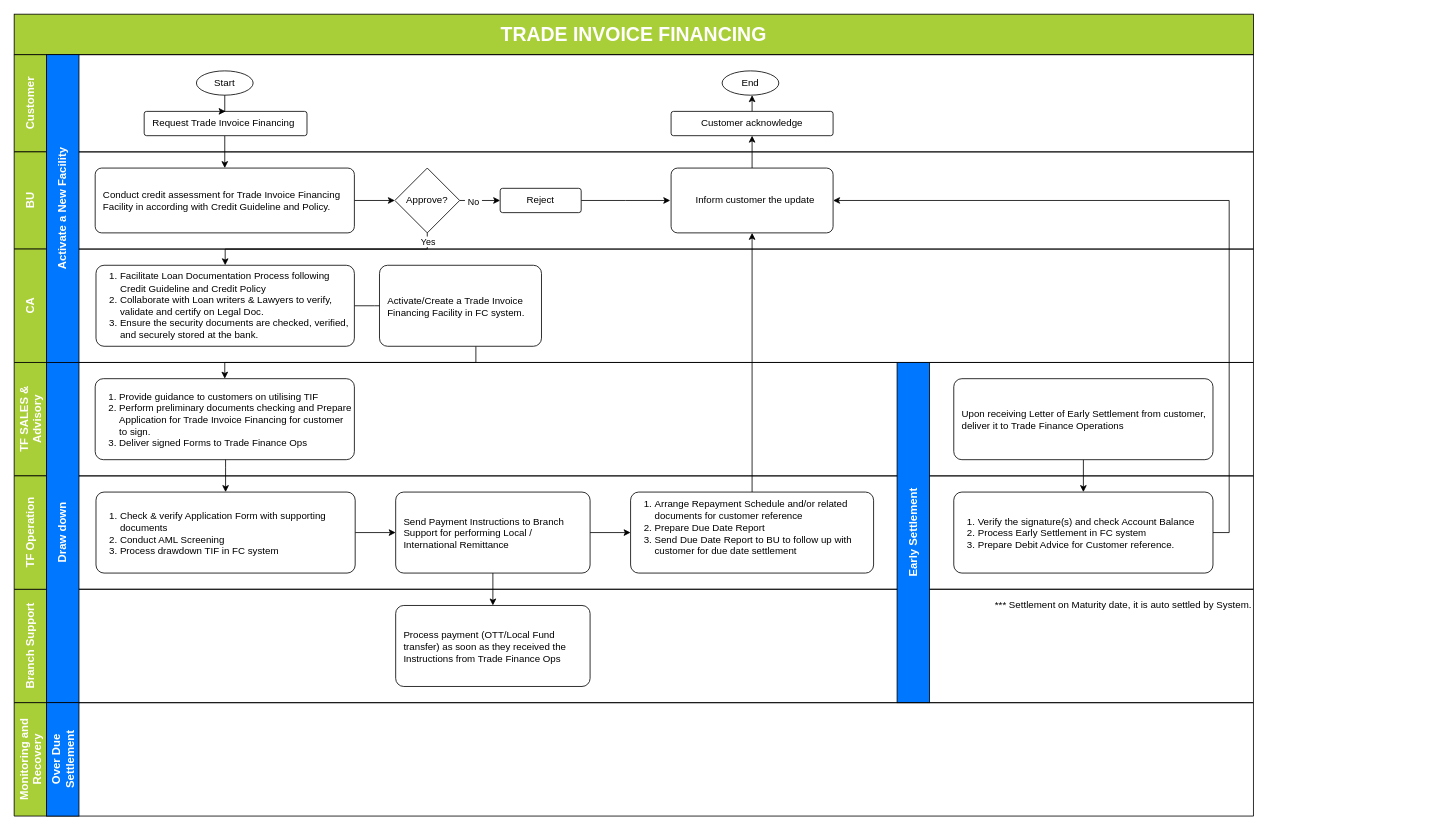
Above: Trade Invoice Financing.drawio in kirikroem/brainleader (draw.io), before the change. Source tidied: cells renumbered, new cells numbered last; positions are measured from the earlier drawing's top-left corner, leaving out a move shared by most shapes. Both pictures are drawn from the tidied source at 81%, with x=0, y=0 at pixel (-108, 14).
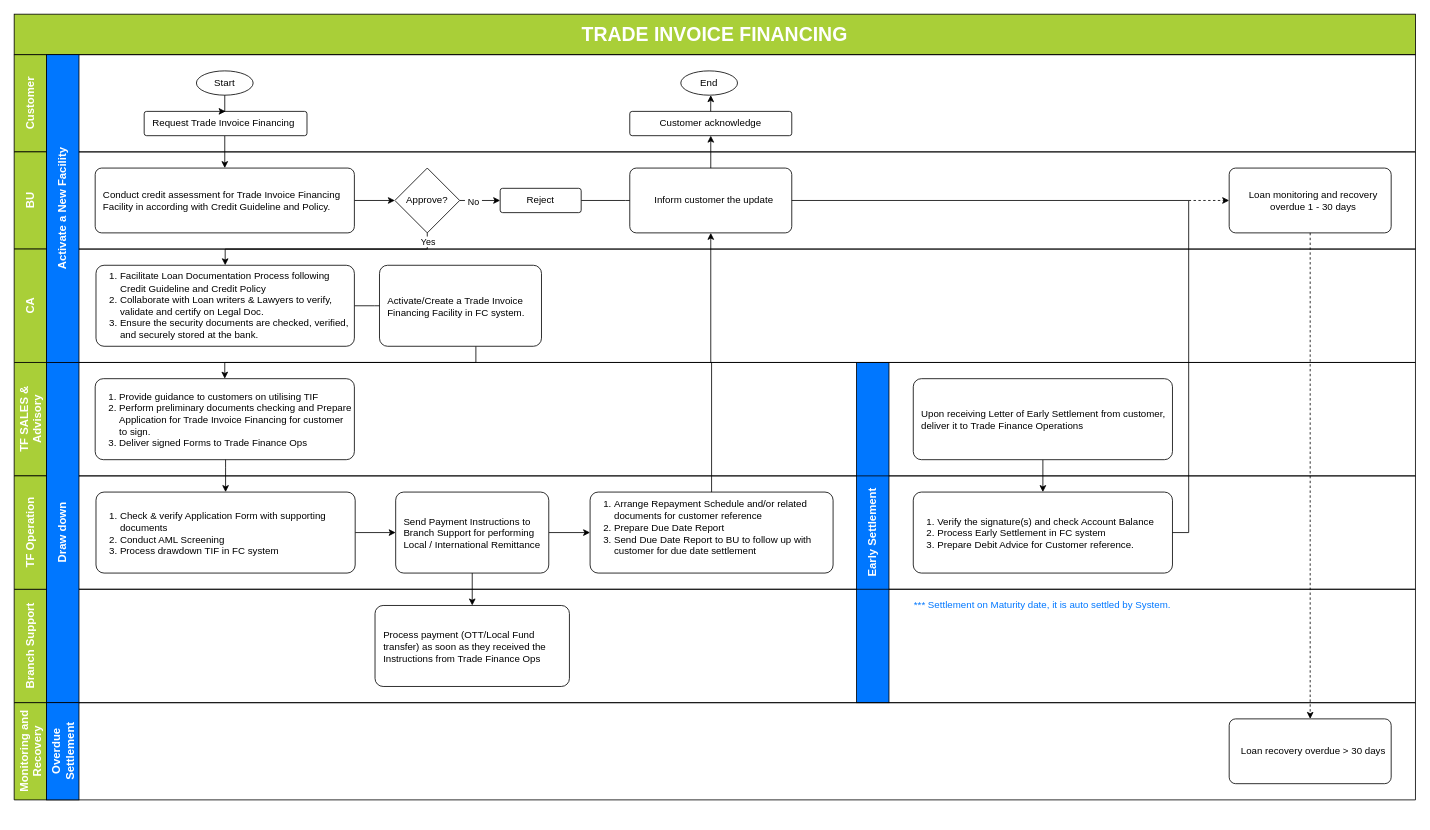
The same page after the edit.

The edit, as a diff of the source:
```diff
@@
     <mxCell id="2" value="&lt;span style=&quot;font-size: 14px;&quot;&gt;TF SALES &amp;amp; Advisory&lt;/span&gt;" style="swimlane;horizontal=0;whiteSpace=wrap;html=1;startSize=40;fillColor=#A9CF38;fontColor=#FFFFFF;" parent="1" vertex="1">
-      <mxGeometry x="150" y="430" width="1530" height="140" as="geometry" />
+      <mxGeometry x="150" y="430" width="1730" height="140" as="geometry" />
     </mxCell>
     <mxCell id="3" value="&lt;span style=&quot;font-size: 14px;&quot;&gt;Branch Support&lt;/span&gt;" style="swimlane;horizontal=0;whiteSpace=wrap;html=1;startSize=40;fillColor=#A9CF38;fontColor=#FFFFFF;" parent="1" vertex="1">
-      <mxGeometry x="150" y="710" width="1530" height="140" as="geometry" />
+      <mxGeometry x="150" y="710" width="1730" height="140" as="geometry" />
     </mxCell>
-    <mxCell id="4" value="*** Settlement on Maturity date, it is auto settled by System." style="text;html=1;align=right;verticalAlign=middle;whiteSpace=wrap;rounded=0;" parent="3" vertex="1">
-      <mxGeometry x="1180" width="350" height="40" as="geometry" />
+    <mxCell id="4" value="*** Settlement on Maturity date, it is auto settled by System." style="text;html=1;align=right;verticalAlign=middle;whiteSpace=wrap;rounded=0;fontColor=#0077FF;" parent="3" vertex="1">
+      <mxGeometry x="1080" width="350" height="40" as="geometry" />
     </mxCell>
+    <mxCell id="23" value="Process payment (OTT/Local Fund transfer) as soon as they received the Instructions from Trade Finance Ops" style="rounded=1;whiteSpace=wrap;html=1;align=left;arcSize=10;strokeOpacity=100;imageHeight=24;imageAspect=1;spacingTop=1;spacingLeft=8;spacingRight=4;" parent="3" vertex="1">
+      <mxGeometry x="445.5" y="20" width="240" height="100" as="geometry" />
+    </mxCell>
+    <mxCell id="44" value="&lt;span style=&quot;font-size: 14px; font-weight: 700;&quot;&gt;Early Settlement&lt;/span&gt;" style="rounded=0;whiteSpace=wrap;html=1;rotation=-90;fillColor=#0077FF;fontColor=#FFFFFF;" parent="3" vertex="1">
+      <mxGeometry x="850" y="-90" width="420" height="40" as="geometry" />
+    </mxCell>
     <mxCell id="5" value="&lt;span style=&quot;font-size: 14px;&quot;&gt;TF Operation&lt;/span&gt;" style="swimlane;horizontal=0;whiteSpace=wrap;html=1;startSize=40;fillColor=#A9CF38;fontColor=#FFFFFF;" parent="1" vertex="1">
-      <mxGeometry x="150" y="570" width="1530" height="140" as="geometry" />
+      <mxGeometry x="150" y="570" width="1730" height="140" as="geometry" />
     </mxCell>
+    <mxCell id="25" value="&lt;div&gt;&lt;ol&gt;&lt;li&gt;Arrange Repayment Schedule and/or related documents for customer reference&lt;/li&gt;&lt;li&gt;Prepare Due Date Report&amp;nbsp;&lt;/li&gt;&lt;li&gt;Send Due Date Report to BU to follow up with customer for due date settlement&lt;/li&gt;&lt;/ol&gt;&lt;/div&gt;&lt;div&gt;&lt;br&gt;&lt;/div&gt;" style="rounded=1;whiteSpace=wrap;html=1;align=left;arcSize=10;strokeOpacity=100;imageHeight=24;imageAspect=1;spacingTop=1;spacingLeft=-12;spacingRight=4;" parent="5" vertex="1">
+      <mxGeometry x="711" y="20" width="300" height="100" as="geometry" />
+    </mxCell>
+    <mxCell id="45" style="edgeStyle=orthogonalEdgeStyle;rounded=0;jettySize=auto;html=1;" parent="5" edge="1" source="46" target="48">
+      <mxGeometry relative="1" as="geometry" />
+    </mxCell>
+    <mxCell id="46" value="&lt;span style=&quot;background-color: transparent; color: light-dark(rgb(0, 0, 0), rgb(255, 255, 255));&quot;&gt;Upon receiving Letter of Early Settlement from customer, deliver it to Trade Finance Operations&lt;/span&gt;" style="rounded=1;whiteSpace=wrap;html=1;align=left;arcSize=10;strokeOpacity=100;imageHeight=24;imageAspect=1;spacingTop=1;spacingLeft=8;" parent="5" vertex="1">
+      <mxGeometry x="1110" y="-120" width="320" height="100" as="geometry" />
+    </mxCell>
+    <mxCell id="48" value="&lt;ol&gt;&lt;li&gt;&lt;span style=&quot;background-color: transparent; color: light-dark(rgb(0, 0, 0), rgb(255, 255, 255));&quot;&gt;Verify the signature(s) and check Account Balance&lt;/span&gt;&lt;/li&gt;&lt;li&gt;&lt;span style=&quot;background-color: transparent; color: light-dark(rgb(0, 0, 0), rgb(255, 255, 255));&quot;&gt;Process Early Settlement in FC system&lt;/span&gt;&lt;/li&gt;&lt;li&gt;&lt;span style=&quot;background-color: transparent; color: light-dark(rgb(0, 0, 0), rgb(255, 255, 255));&quot;&gt;Prepare Debit Advice for Customer reference.&lt;/span&gt;&lt;/li&gt;&lt;/ol&gt;" style="rounded=1;whiteSpace=wrap;html=1;align=left;arcSize=10;strokeOpacity=100;imageHeight=24;imageAspect=1;spacingTop=1;spacingLeft=-12;" parent="5" vertex="1">
+      <mxGeometry x="1110" y="20" width="320" height="100" as="geometry" />
+    </mxCell>
+    <mxCell id="47" style="edgeStyle=orthogonalEdgeStyle;rounded=0;jettySize=auto;html=1;entryX=1;entryY=0.5;entryDx=0;entryDy=0;" parent="5" edge="1" source="48">
+      <mxGeometry relative="1" as="geometry">
+        <mxPoint x="910" y="-340" as="targetPoint" />
+        <Array as="points">
+          <mxPoint x="1450" y="70" />
+          <mxPoint x="1450" y="-340" />
+        </Array>
+      </mxGeometry>
+    </mxCell>
     <mxCell id="6" value="&lt;font style=&quot;font-size: 24px;&quot;&gt;TRADE INVOICE FINANCING&lt;/font&gt;" style="text;html=1;align=center;verticalAlign=middle;whiteSpace=wrap;rounded=0;fontStyle=1;fontSize=18;fillColor=#A9CF38;strokeColor=#000000;fontColor=#FFFFFF;" parent="1" vertex="1">
-      <mxGeometry x="150" width="1530" height="50" as="geometry" />
+      <mxGeometry x="150" width="1730" height="50" as="geometry" />
     </mxCell>
@@
     <mxCell id="21" value="&lt;span style=&quot;background-color: transparent; color: light-dark(rgb(0, 0, 0), rgb(255, 255, 255));&quot;&gt;Send Payment Instructions to Branch Support for performing Local / International Remittance&lt;/span&gt;" style="rounded=1;whiteSpace=wrap;html=1;align=left;arcSize=10;strokeOpacity=100;imageHeight=24;imageAspect=1;spacingTop=1;spacingLeft=8;spacingRight=4;" parent="1" vertex="1">
-      <mxGeometry x="621" y="590" width="240" height="100" as="geometry" />
+      <mxGeometry x="621" y="590" width="189" height="100" as="geometry" />
     </mxCell>
@@
-    <mxCell id="23" value="Process payment (OTT/Local Fund transfer) as soon as they received the Instructions from Trade Finance Ops" style="rounded=1;whiteSpace=wrap;html=1;align=left;arcSize=10;strokeOpacity=100;imageHeight=24;imageAspect=1;spacingTop=1;spacingLeft=8;spacingRight=4;" parent="1" vertex="1">
-      <mxGeometry x="621" y="730" width="240" height="100" as="geometry" />
-    </mxCell>
@@
-    <mxCell id="25" value="&lt;div&gt;&lt;ol&gt;&lt;li&gt;Arrange Repayment Schedule and/or related documents for customer reference&lt;/li&gt;&lt;li&gt;Prepare Due Date Report&amp;nbsp;&lt;/li&gt;&lt;li&gt;Send Due Date Report to BU to follow up with customer for due date settlement&lt;/li&gt;&lt;/ol&gt;&lt;/div&gt;&lt;div&gt;&lt;br&gt;&lt;/div&gt;" style="rounded=1;whiteSpace=wrap;html=1;align=left;arcSize=10;strokeOpacity=100;imageHeight=24;imageAspect=1;spacingTop=1;spacingLeft=-12;spacingRight=4;" parent="1" vertex="1">
-      <mxGeometry x="911" y="590" width="300" height="100" as="geometry" />
-    </mxCell>
-    <mxCell id="26" style="edgeStyle=orthogonalEdgeStyle;rounded=0;jettySize=auto;html=1;entryX=0.5;entryY=1;entryDx=0;entryDy=0;" parent="1" edge="1" source="27" target="29">
-      <mxGeometry relative="1" as="geometry" />
-    </mxCell>
-    <mxCell id="27" value="Inform customer the update" style="rounded=1;whiteSpace=wrap;html=1;arcSize=10;spacingTop=0;imageWidth=24;spacingBottom=0;spacingLeft=8;align=center;" parent="1" vertex="1">
-      <mxGeometry x="961" y="190" width="200" height="80" as="geometry" />
-    </mxCell>
-    <mxCell id="28" style="edgeStyle=orthogonalEdgeStyle;rounded=0;jettySize=auto;html=1;" parent="1" edge="1" source="29">
-      <mxGeometry relative="1" as="geometry">
-        <mxPoint x="1061" y="100" as="targetPoint" />
-      </mxGeometry>
-    </mxCell>
-    <mxCell id="29" value="Customer acknowledge" style="rounded=1;whiteSpace=wrap;html=1;arcSize=10;" parent="1" vertex="1">
-      <mxGeometry x="961" y="120" width="200" height="30" as="geometry" />
-    </mxCell>
-    <mxCell id="30" value="End" style="ellipse;whiteSpace=wrap;html=1;" parent="1" vertex="1">
-      <mxGeometry x="1024" y="70" width="70" height="30" as="geometry" />
-    </mxCell>
     <mxCell id="31" value="&lt;span style=&quot;font-size: 14px;&quot;&gt;Customer&lt;/span&gt;" style="swimlane;horizontal=0;whiteSpace=wrap;html=1;startSize=40;fillColor=#A9CF38;fontColor=#FFFFFF;" parent="1" vertex="1">
-      <mxGeometry x="150" y="50" width="1530" height="120" as="geometry" />
+      <mxGeometry x="150" y="50" width="1730" height="120" as="geometry" />
     </mxCell>
@@
+    <mxCell id="27" value="Inform customer the update" style="rounded=1;whiteSpace=wrap;html=1;arcSize=10;spacingTop=0;imageWidth=24;spacingBottom=0;spacingLeft=8;align=center;" parent="31" vertex="1">
+      <mxGeometry x="760" y="140" width="200" height="80" as="geometry" />
+    </mxCell>
+    <mxCell id="29" value="Customer acknowledge" style="rounded=1;whiteSpace=wrap;html=1;arcSize=10;" parent="31" vertex="1">
+      <mxGeometry x="760" y="70" width="200" height="30" as="geometry" />
+    </mxCell>
+    <mxCell id="30" value="End" style="ellipse;whiteSpace=wrap;html=1;" parent="31" vertex="1">
+      <mxGeometry x="823" y="20" width="70" height="30" as="geometry" />
+    </mxCell>
+    <mxCell id="26" style="edgeStyle=orthogonalEdgeStyle;rounded=0;jettySize=auto;html=1;entryX=0.5;entryY=1;entryDx=0;entryDy=0;" parent="31" edge="1" source="27" target="29">
+      <mxGeometry relative="1" as="geometry" />
+    </mxCell>
+    <mxCell id="51" style="edgeStyle=orthogonalEdgeStyle;rounded=0;orthogonalLoop=1;jettySize=auto;html=1;entryX=0.529;entryY=1;entryDx=0;entryDy=0;entryPerimeter=0;" parent="31" edge="1">
+      <mxGeometry relative="1" as="geometry">
+        <mxPoint x="859.9" y="70" as="sourcePoint" />
+        <mxPoint x="860" y="50" as="targetPoint" />
+      </mxGeometry>
+    </mxCell>
     <mxCell id="35" value="&lt;span style=&quot;font-size: 14px;&quot;&gt;BU&lt;/span&gt;" style="swimlane;horizontal=0;whiteSpace=wrap;html=1;startSize=40;fillColor=#A9CF38;fontColor=#FFFFFF;" parent="1" vertex="1">
-      <mxGeometry x="150" y="170" width="1530" height="120" as="geometry" />
+      <mxGeometry x="150" y="170" width="1730" height="120" as="geometry" />
     </mxCell>
@@
+    <mxCell id="52" value="Loan monitoring and recovery overdue 1 - 30 days" style="rounded=1;whiteSpace=wrap;html=1;arcSize=10;spacingTop=0;imageWidth=24;spacingBottom=0;spacingLeft=8;align=center;" parent="35" vertex="1">
+      <mxGeometry x="1500" y="20" width="200" height="80" as="geometry" />
+    </mxCell>
     <mxCell id="40" value="&lt;span style=&quot;font-size: 14px;&quot;&gt;CA&lt;/span&gt;" style="swimlane;horizontal=0;whiteSpace=wrap;html=1;startSize=40;fillColor=#A9CF38;fontColor=#FFFFFF;" parent="1" vertex="1">
-      <mxGeometry x="150" y="290" width="1530" height="140" as="geometry" />
+      <mxGeometry x="150" y="290" width="1730" height="140" as="geometry" />
     </mxCell>
@@
-    <mxCell id="44" value="&lt;span style=&quot;font-size: 14px; font-weight: 700;&quot;&gt;Early Settlement&lt;/span&gt;" style="rounded=0;whiteSpace=wrap;html=1;rotation=-90;fillColor=#0077FF;fontColor=#FFFFFF;" parent="1" vertex="1">
-      <mxGeometry x="1050" y="620" width="420" height="40" as="geometry" />
-    </mxCell>
-    <mxCell id="45" style="edgeStyle=orthogonalEdgeStyle;rounded=0;jettySize=auto;html=1;" parent="1" edge="1" source="46" target="48">
-      <mxGeometry relative="1" as="geometry" />
-    </mxCell>
-    <mxCell id="46" value="&lt;span style=&quot;background-color: transparent; color: light-dark(rgb(0, 0, 0), rgb(255, 255, 255));&quot;&gt;Upon receiving Letter of Early Settlement from customer, deliver it to Trade Finance Operations&lt;/span&gt;" style="rounded=1;whiteSpace=wrap;html=1;align=left;arcSize=10;strokeOpacity=100;imageHeight=24;imageAspect=1;spacingTop=1;spacingLeft=8;" parent="1" vertex="1">
-      <mxGeometry x="1310" y="450" width="320" height="100" as="geometry" />
-    </mxCell>
-    <mxCell id="47" style="edgeStyle=orthogonalEdgeStyle;rounded=0;jettySize=auto;html=1;entryX=1;entryY=0.5;entryDx=0;entryDy=0;" parent="1" edge="1" source="48" target="27">
-      <mxGeometry relative="1" as="geometry">
-        <Array as="points">
-          <mxPoint x="1650" y="640" />
-          <mxPoint x="1650" y="230" />
-        </Array>
-      </mxGeometry>
-    </mxCell>
-    <mxCell id="48" value="&lt;ol&gt;&lt;li&gt;&lt;span style=&quot;background-color: transparent; color: light-dark(rgb(0, 0, 0), rgb(255, 255, 255));&quot;&gt;Verify the signature(s) and check Account Balance&lt;/span&gt;&lt;/li&gt;&lt;li&gt;&lt;span style=&quot;background-color: transparent; color: light-dark(rgb(0, 0, 0), rgb(255, 255, 255));&quot;&gt;Process Early Settlement in FC system&lt;/span&gt;&lt;/li&gt;&lt;li&gt;&lt;span style=&quot;background-color: transparent; color: light-dark(rgb(0, 0, 0), rgb(255, 255, 255));&quot;&gt;Prepare Debit Advice for Customer reference.&lt;/span&gt;&lt;/li&gt;&lt;/ol&gt;" style="rounded=1;whiteSpace=wrap;html=1;align=left;arcSize=10;strokeOpacity=100;imageHeight=24;imageAspect=1;spacingTop=1;spacingLeft=-12;" parent="1" vertex="1">
-      <mxGeometry x="1310" y="590" width="320" height="100" as="geometry" />
-    </mxCell>
     <mxCell id="49" value="&lt;span style=&quot;font-size: 14px;&quot;&gt;Monitoring and Recovery&lt;/span&gt;" style="swimlane;horizontal=0;whiteSpace=wrap;html=1;startSize=40;fillColor=#A9CF38;fontColor=#FFFFFF;" parent="1" vertex="1">
-      <mxGeometry x="150" y="850" width="1530" height="140" as="geometry" />
+      <mxGeometry x="150" y="850" width="1730" height="120" as="geometry" />
     </mxCell>
-    <mxCell id="50" value="&lt;span style=&quot;font-size: 14px;&quot;&gt;&lt;b&gt;Over Due&lt;/b&gt;&lt;/span&gt;&lt;div&gt;&lt;span style=&quot;font-size: 14px;&quot;&gt;&lt;b&gt;Settlement&lt;/b&gt;&lt;/span&gt;&lt;/div&gt;" style="rounded=0;whiteSpace=wrap;html=1;rotation=-90;fillColor=#0077FF;fontColor=#FFFFFF;" parent="49" vertex="1">
-      <mxGeometry x="-10" y="50" width="140" height="40" as="geometry" />
+    <mxCell id="50" value="&lt;span style=&quot;font-size: 14px;&quot;&gt;&lt;b&gt;Overdue&lt;/b&gt;&lt;/span&gt;&lt;div&gt;&lt;span style=&quot;font-size: 14px;&quot;&gt;&lt;b&gt;Settlement&lt;/b&gt;&lt;/span&gt;&lt;/div&gt;" style="rounded=0;whiteSpace=wrap;html=1;rotation=-90;fillColor=#0077FF;fontColor=#FFFFFF;" parent="49" vertex="1">
+      <mxGeometry y="40" width="120" height="40" as="geometry" />
     </mxCell>
+    <mxCell id="53" value="Loan recovery overdue &amp;gt; 30 days" style="rounded=1;whiteSpace=wrap;html=1;arcSize=10;spacingTop=0;imageWidth=24;spacingBottom=0;spacingLeft=8;align=center;" parent="49" vertex="1">
+      <mxGeometry x="1500" y="20" width="200" height="80" as="geometry" />
+    </mxCell>
+    <mxCell id="54" style="edgeStyle=orthogonalEdgeStyle;rounded=0;jettySize=auto;html=1;entryX=0.5;entryY=0;entryDx=0;entryDy=0;dashed=1;" parent="1" edge="1" source="52" target="53">
+      <mxGeometry relative="1" as="geometry" />
+    </mxCell>
+    <mxCell id="55" style="endArrow=classic;html=1;rounded=0;entryX=0;entryY=0.5;entryDx=0;entryDy=0;dashed=1;" parent="1" edge="1" target="52">
+      <mxGeometry relative="1" as="geometry">
+        <mxPoint x="1600" y="230" as="sourcePoint" />
+      </mxGeometry>
+    </mxCell>
```
